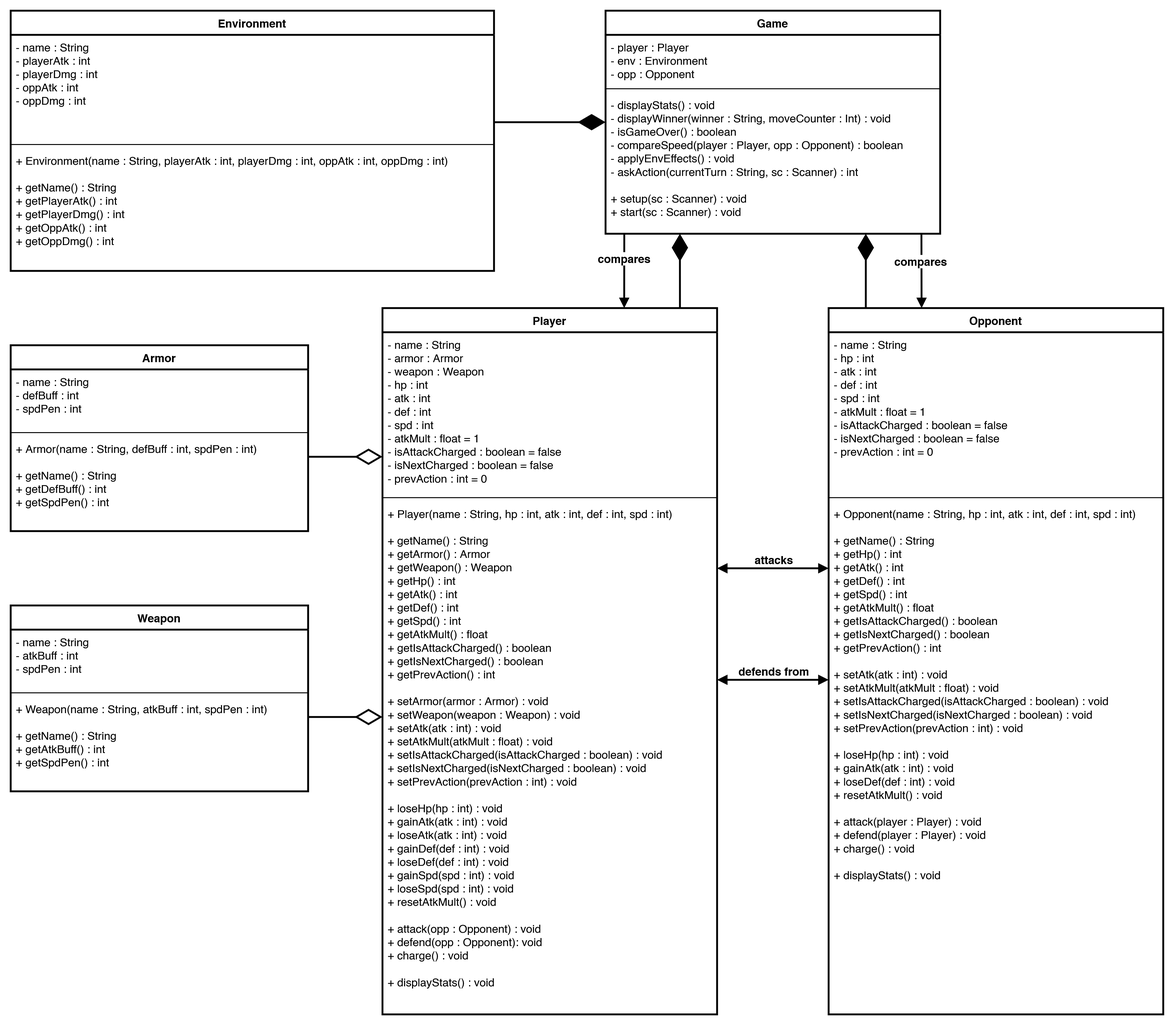
Earlier version of the draw.io export DonguinesWarrior.png (jncdngs/CCPROG3_MCO). Source tidied: cells renumbered, new cells last; positions are measured from the earlier drawing's top-left corner, leaving out a move shared by most shapes.
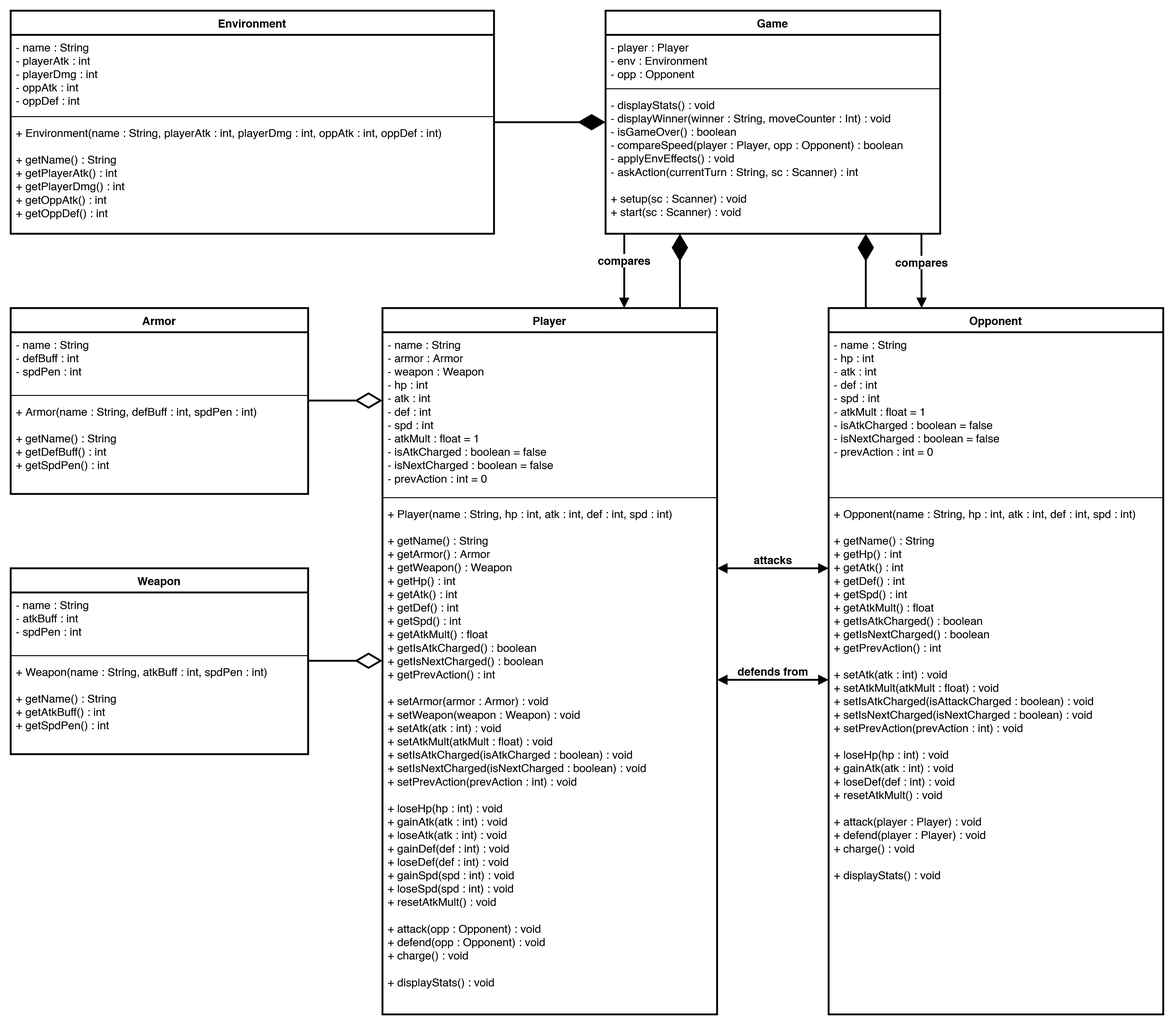
After the change.

Commit message:
update UML diagram

The edit, as a diff of the source:
```diff
@@ -5,17 +5,17 @@
     <mxCell id="2" value="Player" style="swimlane;fontStyle=1;align=center;verticalAlign=top;horizontal=1;startSize=26;whiteSpace=wrap;html=1;strokeWidth=2;" parent="1" vertex="1">
       <mxGeometry x="400" y="320" width="360" height="760" as="geometry" />
     </mxCell>
-    <mxCell id="3" value="&lt;div&gt;- name : String&lt;/div&gt;&lt;div&gt;- armor : Armor&lt;/div&gt;&lt;div&gt;- weapon : Weapon&lt;/div&gt;&lt;div&gt;- hp : int&lt;/div&gt;&lt;div&gt;- atk : int&lt;/div&gt;&lt;div&gt;- def : int&lt;/div&gt;&lt;div&gt;- spd : int&lt;/div&gt;&lt;div&gt;- atkMult : float = 1&lt;/div&gt;&lt;div&gt;- isAttackCharged : boolean = false&lt;/div&gt;&lt;div&gt;- isNextCharged : boolean = false&lt;/div&gt;&lt;div&gt;- prevAction : int = 0&lt;/div&gt;" style="text;strokeColor=none;fillColor=none;align=left;verticalAlign=top;spacingLeft=4;spacingRight=4;overflow=hidden;whiteSpace=wrap;html=1;" parent="2" vertex="1">
+    <mxCell id="3" value="&lt;div&gt;- name : String&lt;/div&gt;&lt;div&gt;- armor : Armor&lt;/div&gt;&lt;div&gt;- weapon : Weapon&lt;/div&gt;&lt;div&gt;- hp : int&lt;/div&gt;&lt;div&gt;- atk : int&lt;/div&gt;&lt;div&gt;- def : int&lt;/div&gt;&lt;div&gt;- spd : int&lt;/div&gt;&lt;div&gt;- atkMult : float = 1&lt;/div&gt;&lt;div&gt;- isAtkCharged : boolean = false&lt;/div&gt;&lt;div&gt;- isNextCharged : boolean = false&lt;/div&gt;&lt;div&gt;- prevAction : int = 0&lt;/div&gt;" style="text;strokeColor=none;fillColor=none;align=left;verticalAlign=top;spacingLeft=4;spacingRight=4;overflow=hidden;whiteSpace=wrap;html=1;" parent="2" vertex="1">
       <mxGeometry y="26" width="360" height="174" as="geometry" />
     </mxCell>
     <mxCell id="4" style="line;strokeWidth=1;fillColor=none;align=left;verticalAlign=middle;spacingTop=-1;spacingLeft=3;spacingRight=3;labelPosition=right;strokeColor=inherit;" parent="2" vertex="1">
       <mxGeometry y="200" width="360" height="8" as="geometry" />
     </mxCell>
-    <mxCell id="5" value="&lt;div&gt;+ Player(name : String, hp :&amp;nbsp;int, atk : int, def : int,&amp;nbsp;spd : int)&lt;/div&gt;&lt;div&gt;&lt;br&gt;&lt;/div&gt;&lt;div&gt;+ getName() : String&lt;/div&gt;&lt;div&gt;+ getArmor() : Armor&lt;/div&gt;&lt;div&gt;+ getWeapon() : Weapon&lt;/div&gt;&lt;div&gt;+ getHp() : int&lt;/div&gt;&lt;div&gt;+ getAtk() : int&lt;/div&gt;&lt;div&gt;+ getDef() : int&lt;/div&gt;&lt;div&gt;+ getSpd() : int&lt;/div&gt;&lt;div&gt;+ getAtkMult() : float&lt;/div&gt;&lt;div&gt;+ getIsAttackCharged() : boolean&lt;/div&gt;&lt;div&gt;+ getIsNextCharged() : boolean&lt;/div&gt;&lt;div&gt;+ getPrevAction() : int&lt;/div&gt;&lt;div&gt;&lt;br&gt;&lt;/div&gt;&lt;div&gt;&lt;div&gt;+ setArmor(armor : Armor) : void&lt;/div&gt;&lt;div&gt;+ setWeapon(weapon : Weapon) : void&lt;div&gt;&lt;div&gt;&lt;div&gt;&lt;div&gt;+ setAtk(atk : int) : void&lt;/div&gt;&lt;div&gt;+ setAtkMult(atkMult : float) : void&lt;/div&gt;&lt;div&gt;+ setIsAttackCharged(isAttackCharged : boolean) : void&lt;/div&gt;&lt;div&gt;+ setIsNextCharged(isNextCharged : boolean) : void&lt;/div&gt;&lt;div&gt;&lt;div&gt;+ setPrevAction(prevAction : int) : void&lt;/div&gt;&lt;br&gt;&lt;/div&gt;&lt;div&gt;&lt;div&gt;+ loseHp(hp : int) : void&lt;/div&gt;&lt;div&gt;+ gainAtk(atk : int) : void&lt;/div&gt;&lt;div&gt;+ loseAtk(atk : int) : void&lt;/div&gt;&lt;div&gt;+ gainDef(def : int) : void&lt;/div&gt;&lt;div&gt;&lt;div&gt;+ loseDef(def : int) : void&lt;/div&gt;&lt;div&gt;+ gainSpd(spd : int) : void&lt;/div&gt;&lt;div&gt;+ loseSpd(spd : int) : void&lt;/div&gt;&lt;div&gt;+ resetAtkMult() : void&lt;/div&gt;&lt;/div&gt;&lt;/div&gt;&lt;/div&gt;&lt;/div&gt;&lt;/div&gt;&lt;/div&gt;&lt;br&gt;&lt;/div&gt;&lt;div&gt;+ attack(opp : Opponent) : void&lt;/div&gt;&lt;div&gt;+ defend(opp : Opponent): void&lt;/div&gt;&lt;div&gt;+ charge() : void&lt;/div&gt;&lt;div&gt;&lt;br&gt;&lt;/div&gt;&lt;div&gt;+ displayStats() : void&lt;/div&gt;" style="text;strokeColor=none;fillColor=none;align=left;verticalAlign=top;spacingLeft=4;spacingRight=4;overflow=hidden;whiteSpace=wrap;html=1;" parent="2" vertex="1">
+    <mxCell id="5" value="&lt;div&gt;+ Player(name : String, hp :&amp;nbsp;int, atk : int, def : int,&amp;nbsp;spd : int)&lt;/div&gt;&lt;div&gt;&lt;br&gt;&lt;/div&gt;&lt;div&gt;+ getName() : String&lt;/div&gt;&lt;div&gt;+ getArmor() : Armor&lt;/div&gt;&lt;div&gt;+ getWeapon() : Weapon&lt;/div&gt;&lt;div&gt;+ getHp() : int&lt;/div&gt;&lt;div&gt;+ getAtk() : int&lt;/div&gt;&lt;div&gt;+ getDef() : int&lt;/div&gt;&lt;div&gt;+ getSpd() : int&lt;/div&gt;&lt;div&gt;+ getAtkMult() : float&lt;/div&gt;&lt;div&gt;+ getIsAtkCharged() : boolean&lt;/div&gt;&lt;div&gt;+ getIsNextCharged() : boolean&lt;/div&gt;&lt;div&gt;+ getPrevAction() : int&lt;/div&gt;&lt;div&gt;&lt;br&gt;&lt;/div&gt;&lt;div&gt;&lt;div&gt;+ setArmor(armor : Armor) : void&lt;/div&gt;&lt;div&gt;+ setWeapon(weapon : Weapon) : void&lt;div&gt;&lt;div&gt;&lt;div&gt;&lt;div&gt;+ setAtk(atk : int) : void&lt;/div&gt;&lt;div&gt;+ setAtkMult(atkMult : float) : void&lt;/div&gt;&lt;div&gt;+ setIsAtkCharged(isAtkCharged : boolean) : void&lt;/div&gt;&lt;div&gt;+ setIsNextCharged(isNextCharged : boolean) : void&lt;/div&gt;&lt;div&gt;&lt;div&gt;+ setPrevAction(prevAction : int) : void&lt;/div&gt;&lt;br&gt;&lt;/div&gt;&lt;div&gt;&lt;div&gt;+ loseHp(hp : int) : void&lt;/div&gt;&lt;div&gt;+ gainAtk(atk : int) : void&lt;/div&gt;&lt;div&gt;+ loseAtk(atk : int) : void&lt;/div&gt;&lt;div&gt;+ gainDef(def : int) : void&lt;/div&gt;&lt;div&gt;&lt;div&gt;+ loseDef(def : int) : void&lt;/div&gt;&lt;div&gt;+ gainSpd(spd : int) : void&lt;/div&gt;&lt;div&gt;+ loseSpd(spd : int) : void&lt;/div&gt;&lt;div&gt;+ resetAtkMult() : void&lt;/div&gt;&lt;/div&gt;&lt;/div&gt;&lt;/div&gt;&lt;/div&gt;&lt;/div&gt;&lt;/div&gt;&lt;br&gt;&lt;/div&gt;&lt;div&gt;+ attack(opp : Opponent) : void&lt;/div&gt;&lt;div&gt;+ defend(opp : Opponent) : void&lt;/div&gt;&lt;div&gt;+ charge() : void&lt;/div&gt;&lt;div&gt;&lt;br&gt;&lt;/div&gt;&lt;div&gt;+ displayStats() : void&lt;/div&gt;" style="text;strokeColor=none;fillColor=none;align=left;verticalAlign=top;spacingLeft=4;spacingRight=4;overflow=hidden;whiteSpace=wrap;html=1;" parent="2" vertex="1">
       <mxGeometry y="208" width="360" height="552" as="geometry" />
     </mxCell>
     <mxCell id="6" value="Armor" style="swimlane;fontStyle=1;align=center;verticalAlign=top;horizontal=1;startSize=26;whiteSpace=wrap;html=1;strokeWidth=2;" parent="1" vertex="1">
-      <mxGeometry y="360" width="320" height="200" as="geometry" />
+      <mxGeometry y="320" width="320" height="200" as="geometry" />
     </mxCell>
     <mxCell id="7" value="&lt;div&gt;- name : String&lt;/div&gt;&lt;div&gt;- defBuff : int&lt;/div&gt;&lt;div&gt;- spdPen : int&lt;/div&gt;" style="text;strokeColor=none;fillColor=none;align=left;verticalAlign=top;spacingLeft=4;spacingRight=4;overflow=hidden;whiteSpace=wrap;html=1;" parent="6" vertex="1">
       <mxGeometry y="26" width="320" height="64" as="geometry" />
@@ -27,7 +27,7 @@
       <mxGeometry y="98" width="320" height="102" as="geometry" />
     </mxCell>
     <mxCell id="10" value="Weapon" style="swimlane;fontStyle=1;align=center;verticalAlign=top;horizontal=1;startSize=26;whiteSpace=wrap;html=1;strokeWidth=2;" parent="1" vertex="1">
-      <mxGeometry y="640" width="320" height="200" as="geometry" />
+      <mxGeometry y="600" width="320" height="200" as="geometry" />
     </mxCell>
     <mxCell id="11" value="&lt;div&gt;- name : String&lt;/div&gt;&lt;div&gt;- atkBuff : int&lt;/div&gt;&lt;div&gt;- spdPen : int&lt;/div&gt;" style="text;strokeColor=none;fillColor=none;align=left;verticalAlign=top;spacingLeft=4;spacingRight=4;overflow=hidden;whiteSpace=wrap;html=1;" parent="10" vertex="1">
       <mxGeometry y="26" width="320" height="64" as="geometry" />
@@ -41,26 +41,26 @@
     <mxCell id="14" value="Opponent" style="swimlane;fontStyle=1;align=center;verticalAlign=top;horizontal=1;startSize=26;whiteSpace=wrap;html=1;strokeWidth=2;" parent="1" vertex="1">
       <mxGeometry x="880" y="320" width="360" height="760" as="geometry" />
     </mxCell>
-    <mxCell id="15" value="&lt;div&gt;- name : String&lt;/div&gt;&lt;div&gt;- hp : int&lt;/div&gt;&lt;div&gt;- atk : int&lt;/div&gt;&lt;div&gt;- def : int&lt;/div&gt;&lt;div&gt;- spd : int&lt;/div&gt;&lt;div&gt;&lt;div&gt;- atkMult : float = 1&lt;/div&gt;&lt;div&gt;- isAttackCharged : boolean = false&lt;/div&gt;&lt;div&gt;- isNextCharged : boolean = false&lt;/div&gt;&lt;div&gt;- prevAction : int = 0&lt;/div&gt;&lt;br&gt;&lt;/div&gt;" style="text;strokeColor=none;fillColor=none;align=left;verticalAlign=top;spacingLeft=4;spacingRight=4;overflow=hidden;whiteSpace=wrap;html=1;" parent="14" vertex="1">
+    <mxCell id="15" value="&lt;div&gt;- name : String&lt;/div&gt;&lt;div&gt;- hp : int&lt;/div&gt;&lt;div&gt;- atk : int&lt;/div&gt;&lt;div&gt;- def : int&lt;/div&gt;&lt;div&gt;- spd : int&lt;/div&gt;&lt;div&gt;&lt;div&gt;- atkMult : float = 1&lt;/div&gt;&lt;div&gt;- isAtkCharged : boolean = false&lt;/div&gt;&lt;div&gt;- isNextCharged : boolean = false&lt;/div&gt;&lt;div&gt;- prevAction : int = 0&lt;/div&gt;&lt;br&gt;&lt;/div&gt;" style="text;strokeColor=none;fillColor=none;align=left;verticalAlign=top;spacingLeft=4;spacingRight=4;overflow=hidden;whiteSpace=wrap;html=1;" parent="14" vertex="1">
       <mxGeometry y="26" width="360" height="174" as="geometry" />
     </mxCell>
     <mxCell id="16" style="line;strokeWidth=1;fillColor=none;align=left;verticalAlign=middle;spacingTop=-1;spacingLeft=3;spacingRight=3;labelPosition=right;strokeColor=inherit;" parent="14" vertex="1">
       <mxGeometry y="200" width="360" height="8" as="geometry" />
     </mxCell>
-    <mxCell id="17" value="&lt;div&gt;+ Opponent(name : String, hp : int, atk : int, def : int,&amp;nbsp;spd : int)&lt;/div&gt;&lt;div&gt;&lt;br&gt;&lt;/div&gt;&lt;div&gt;+ getName() : String&lt;/div&gt;&lt;div&gt;&lt;div&gt;+ getHp() : int&lt;/div&gt;&lt;div&gt;+ getAtk() : int&lt;/div&gt;&lt;div&gt;+ getDef() : int&lt;/div&gt;&lt;div&gt;+ getSpd() : int&lt;/div&gt;&lt;div&gt;&lt;div&gt;+ getAtkMult() : float&lt;/div&gt;&lt;div&gt;+ getIsAttackCharged() : boolean&lt;/div&gt;&lt;div&gt;+ getIsNextCharged() : boolean&lt;/div&gt;&lt;div&gt;+ getPrevAction() : int&lt;/div&gt;&lt;br&gt;&lt;/div&gt;&lt;div&gt;&lt;div&gt;&lt;div&gt;&lt;div&gt;&lt;div&gt;&lt;div&gt;+ setAtk(atk : int) : void&lt;/div&gt;&lt;div&gt;+ setAtkMult(atkMult : float) : void&lt;/div&gt;&lt;div&gt;+ setIsAttackCharged(isAttackCharged : boolean) : void&lt;/div&gt;&lt;div&gt;+ setIsNextCharged(isNextCharged : boolean) : void&lt;/div&gt;&lt;div&gt;&lt;div&gt;+ setPrevAction(prevAction : int) : void&lt;/div&gt;&lt;/div&gt;&lt;/div&gt;&lt;/div&gt;&lt;/div&gt;&lt;/div&gt;&lt;/div&gt;&lt;div&gt;&lt;br&gt;&lt;/div&gt;&lt;div&gt;&lt;div&gt;&lt;div&gt;&lt;div&gt;+ loseHp(hp : int) : void&lt;/div&gt;&lt;div&gt;+ gainAtk(atk : int) : void&lt;/div&gt;&lt;div&gt;&lt;div&gt;+ loseDef(def : int) : void&lt;/div&gt;&lt;div&gt;+ resetAtkMult() : void&lt;/div&gt;&lt;/div&gt;&lt;/div&gt;&lt;/div&gt;&lt;/div&gt;&lt;div&gt;&lt;br&gt;&lt;/div&gt;&lt;/div&gt;&lt;div&gt;&lt;div&gt;+ attack(player : Player) : void&lt;/div&gt;&lt;div&gt;+ defend(player : Player) : void&lt;/div&gt;&lt;div&gt;+ charge() : void&lt;/div&gt;&lt;/div&gt;&lt;div&gt;&lt;br&gt;&lt;/div&gt;&lt;div&gt;+ displayStats() : void&lt;/div&gt;" style="text;strokeColor=none;fillColor=none;align=left;verticalAlign=top;spacingLeft=4;spacingRight=4;overflow=hidden;whiteSpace=wrap;html=1;" parent="14" vertex="1">
+    <mxCell id="17" value="&lt;div&gt;+ Opponent(name : String, hp : int, atk : int, def : int,&amp;nbsp;spd : int)&lt;/div&gt;&lt;div&gt;&lt;br&gt;&lt;/div&gt;&lt;div&gt;+ getName() : String&lt;/div&gt;&lt;div&gt;&lt;div&gt;+ getHp() : int&lt;/div&gt;&lt;div&gt;+ getAtk() : int&lt;/div&gt;&lt;div&gt;+ getDef() : int&lt;/div&gt;&lt;div&gt;+ getSpd() : int&lt;/div&gt;&lt;div&gt;&lt;div&gt;+ getAtkMult() : float&lt;/div&gt;&lt;div&gt;+ getIsAtkCharged() : boolean&lt;/div&gt;&lt;div&gt;+ getIsNextCharged() : boolean&lt;/div&gt;&lt;div&gt;+ getPrevAction() : int&lt;/div&gt;&lt;br&gt;&lt;/div&gt;&lt;div&gt;&lt;div&gt;&lt;div&gt;&lt;div&gt;&lt;div&gt;&lt;div&gt;+ setAtk(atk : int) : void&lt;/div&gt;&lt;div&gt;+ setAtkMult(atkMult : float) : void&lt;/div&gt;&lt;div&gt;+ setIsAtkCharged(isAttackCharged : boolean) : void&lt;/div&gt;&lt;div&gt;+ setIsNextCharged(isNextCharged : boolean) : void&lt;/div&gt;&lt;div&gt;&lt;div&gt;+ setPrevAction(prevAction : int) : void&lt;/div&gt;&lt;/div&gt;&lt;/div&gt;&lt;/div&gt;&lt;/div&gt;&lt;/div&gt;&lt;/div&gt;&lt;div&gt;&lt;br&gt;&lt;/div&gt;&lt;div&gt;&lt;div&gt;&lt;div&gt;&lt;div&gt;+ loseHp(hp : int) : void&lt;/div&gt;&lt;div&gt;+ gainAtk(atk : int) : void&lt;/div&gt;&lt;div&gt;&lt;div&gt;+ loseDef(def : int) : void&lt;/div&gt;&lt;div&gt;+ resetAtkMult() : void&lt;/div&gt;&lt;/div&gt;&lt;/div&gt;&lt;/div&gt;&lt;/div&gt;&lt;div&gt;&lt;br&gt;&lt;/div&gt;&lt;/div&gt;&lt;div&gt;&lt;div&gt;+ attack(player : Player) : void&lt;/div&gt;&lt;div&gt;+ defend(player : Player) : void&lt;/div&gt;&lt;div&gt;+ charge() : void&lt;/div&gt;&lt;/div&gt;&lt;div&gt;&lt;br&gt;&lt;/div&gt;&lt;div&gt;+ displayStats() : void&lt;/div&gt;" style="text;strokeColor=none;fillColor=none;align=left;verticalAlign=top;spacingLeft=4;spacingRight=4;overflow=hidden;whiteSpace=wrap;html=1;" parent="14" vertex="1">
       <mxGeometry y="208" width="360" height="552" as="geometry" />
     </mxCell>
     <mxCell id="18" value="Environment" style="swimlane;fontStyle=1;align=center;verticalAlign=top;horizontal=1;startSize=26;whiteSpace=wrap;html=1;strokeWidth=2;" parent="1" vertex="1">
-      <mxGeometry width="520" height="280" as="geometry" />
+      <mxGeometry width="520" height="240" as="geometry" />
     </mxCell>
-    <mxCell id="19" value="&lt;div&gt;- name : String&lt;/div&gt;&lt;div&gt;- playerAtk : int&lt;/div&gt;&lt;div&gt;- playerDmg : int&lt;/div&gt;&lt;div&gt;&lt;div&gt;- oppAtk : int&lt;/div&gt;&lt;div&gt;- oppDmg : int&lt;/div&gt;&lt;br&gt;&lt;/div&gt;" style="text;strokeColor=none;fillColor=none;align=left;verticalAlign=top;spacingLeft=4;spacingRight=4;overflow=hidden;whiteSpace=wrap;html=1;" parent="18" vertex="1">
-      <mxGeometry y="26" width="520" height="114" as="geometry" />
+    <mxCell id="19" value="&lt;div&gt;- name : String&lt;/div&gt;&lt;div&gt;- playerAtk : int&lt;/div&gt;&lt;div&gt;- playerDmg : int&lt;/div&gt;&lt;div&gt;&lt;div&gt;- oppAtk : int&lt;/div&gt;&lt;div&gt;- oppDef : int&lt;/div&gt;&lt;br&gt;&lt;/div&gt;" style="text;strokeColor=none;fillColor=none;align=left;verticalAlign=top;spacingLeft=4;spacingRight=4;overflow=hidden;whiteSpace=wrap;html=1;" parent="18" vertex="1">
+      <mxGeometry y="26" width="520" height="84" as="geometry" />
     </mxCell>
     <mxCell id="20" style="line;strokeWidth=1;fillColor=none;align=left;verticalAlign=middle;spacingTop=-1;spacingLeft=3;spacingRight=3;labelPosition=right;strokeColor=inherit;" parent="18" vertex="1">
-      <mxGeometry y="140" width="520" height="8" as="geometry" />
+      <mxGeometry y="110" width="520" height="8" as="geometry" />
     </mxCell>
-    <mxCell id="21" value="&lt;div&gt;+ Environment(name : String, playerAtk : int, playerDmg : int, oppAtk : int, oppDmg : int)&lt;/div&gt;&lt;div&gt;&lt;br&gt;&lt;/div&gt;&lt;div&gt;+ getName() : String&lt;/div&gt;&lt;div&gt;+ getPlayerAtk() : int&lt;/div&gt;&lt;div&gt;+ getPlayerDmg() : int&lt;/div&gt;&lt;div&gt;+ getOppAtk() : int&lt;/div&gt;&lt;div&gt;+ getOppDmg() : int&lt;/div&gt;" style="text;strokeColor=none;fillColor=none;align=left;verticalAlign=top;spacingLeft=4;spacingRight=4;overflow=hidden;whiteSpace=wrap;html=1;" parent="18" vertex="1">
-      <mxGeometry y="148" width="520" height="132" as="geometry" />
+    <mxCell id="21" value="&lt;div&gt;+ Environment(name : String, playerAtk : int, playerDmg : int, oppAtk : int, oppDef&amp;nbsp;: int)&lt;/div&gt;&lt;div&gt;&lt;br&gt;&lt;/div&gt;&lt;div&gt;+ getName() : String&lt;/div&gt;&lt;div&gt;+ getPlayerAtk() : int&lt;/div&gt;&lt;div&gt;+ getPlayerDmg() : int&lt;/div&gt;&lt;div&gt;+ getOppAtk() : int&lt;/div&gt;&lt;div&gt;+ getOppDef() : int&lt;/div&gt;" style="text;strokeColor=none;fillColor=none;align=left;verticalAlign=top;spacingLeft=4;spacingRight=4;overflow=hidden;whiteSpace=wrap;html=1;" parent="18" vertex="1">
+      <mxGeometry y="118" width="520" height="122" as="geometry" />
     </mxCell>
     <mxCell id="22" value="&lt;div&gt;Game&lt;/div&gt;" style="swimlane;fontStyle=1;align=center;verticalAlign=top;horizontal=1;startSize=26;whiteSpace=wrap;html=1;strokeWidth=2;" parent="1" vertex="1">
       <mxGeometry x="640" width="360" height="240" as="geometry" />
@@ -82,14 +82,14 @@
     </mxCell>
     <mxCell id="27" style="endArrow=diamondThin;endFill=0;endSize=24;html=1;rounded=0;exitX=1;exitY=0.734;exitDx=0;exitDy=0;exitPerimeter=0;strokeWidth=2;" parent="1" edge="1">
       <mxGeometry relative="1" as="geometry">
-        <mxPoint x="320" y="480" as="sourcePoint" />
-        <mxPoint x="400" y="480" as="targetPoint" />
+        <mxPoint x="320" y="419.5" as="sourcePoint" />
+        <mxPoint x="400" y="419.5" as="targetPoint" />
       </mxGeometry>
     </mxCell>
     <mxCell id="28" style="endArrow=diamondThin;endFill=0;endSize=24;html=1;rounded=0;exitX=1;exitY=0.734;exitDx=0;exitDy=0;exitPerimeter=0;strokeWidth=2;" parent="1" edge="1">
       <mxGeometry relative="1" as="geometry">
-        <mxPoint x="320" y="760" as="sourcePoint" />
-        <mxPoint x="400" y="760" as="targetPoint" />
+        <mxPoint x="320" y="699.5" as="sourcePoint" />
+        <mxPoint x="400" y="699.5" as="targetPoint" />
       </mxGeometry>
     </mxCell>
     <mxCell id="29" style="endArrow=diamondThin;endFill=1;endSize=24;html=1;rounded=0;exitX=0.889;exitY=0;exitDx=0;exitDy=0;exitPerimeter=0;strokeWidth=2;" parent="1" edge="1" source="2">
```
